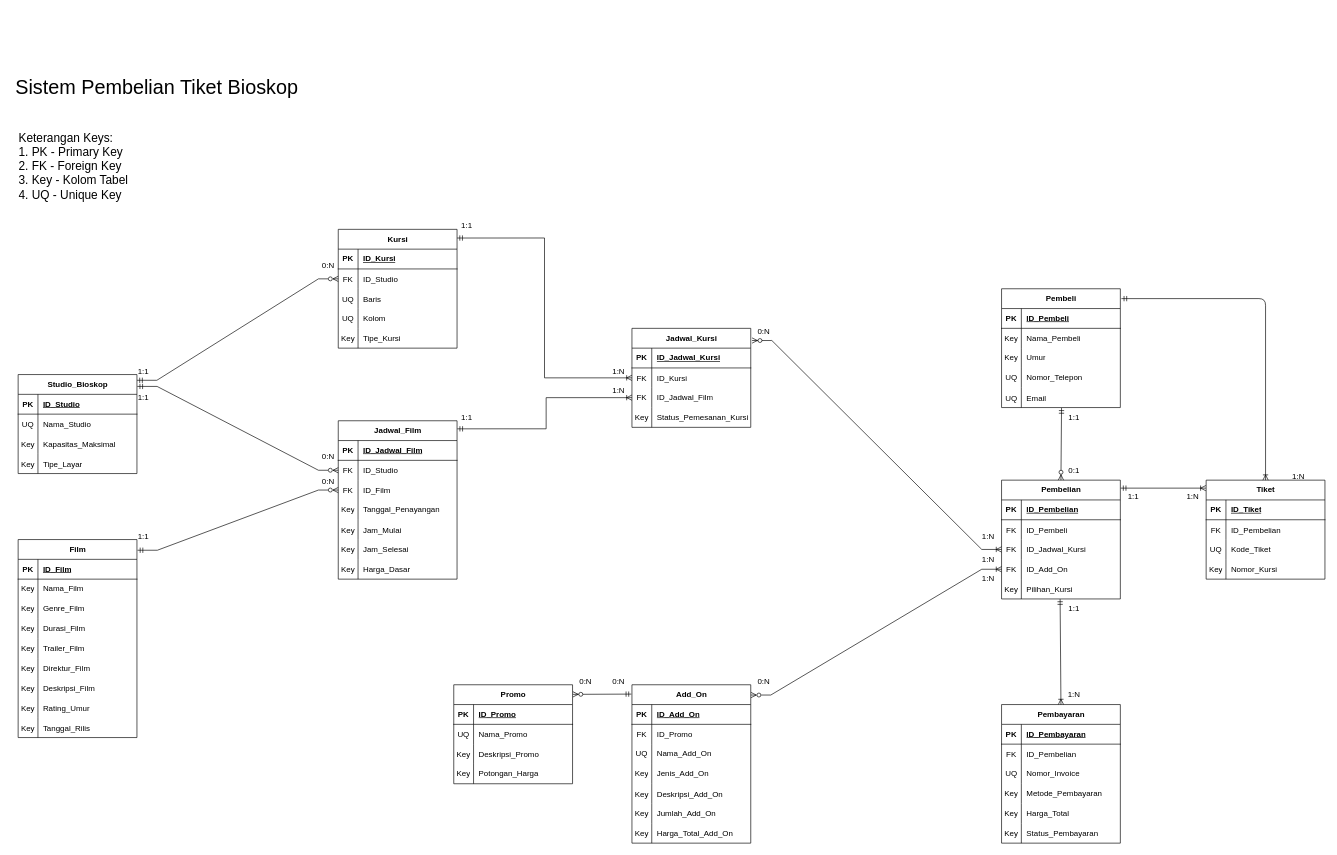
Earlier version of the draw.io diagram page "Diagram-Utama" (1 of 3) of sistem-pembelian-tiket-retake.drawio (King-Ag-Jv/Project-Atrem). Source tidied: cells renumbered, new cells numbered last; positions are measured from the earlier drawing's top-left corner, leaving out a move shared by most shapes. Both pictures are drawn from the tidied source at 66%, with x=0, y=0 at pixel (11, 11).
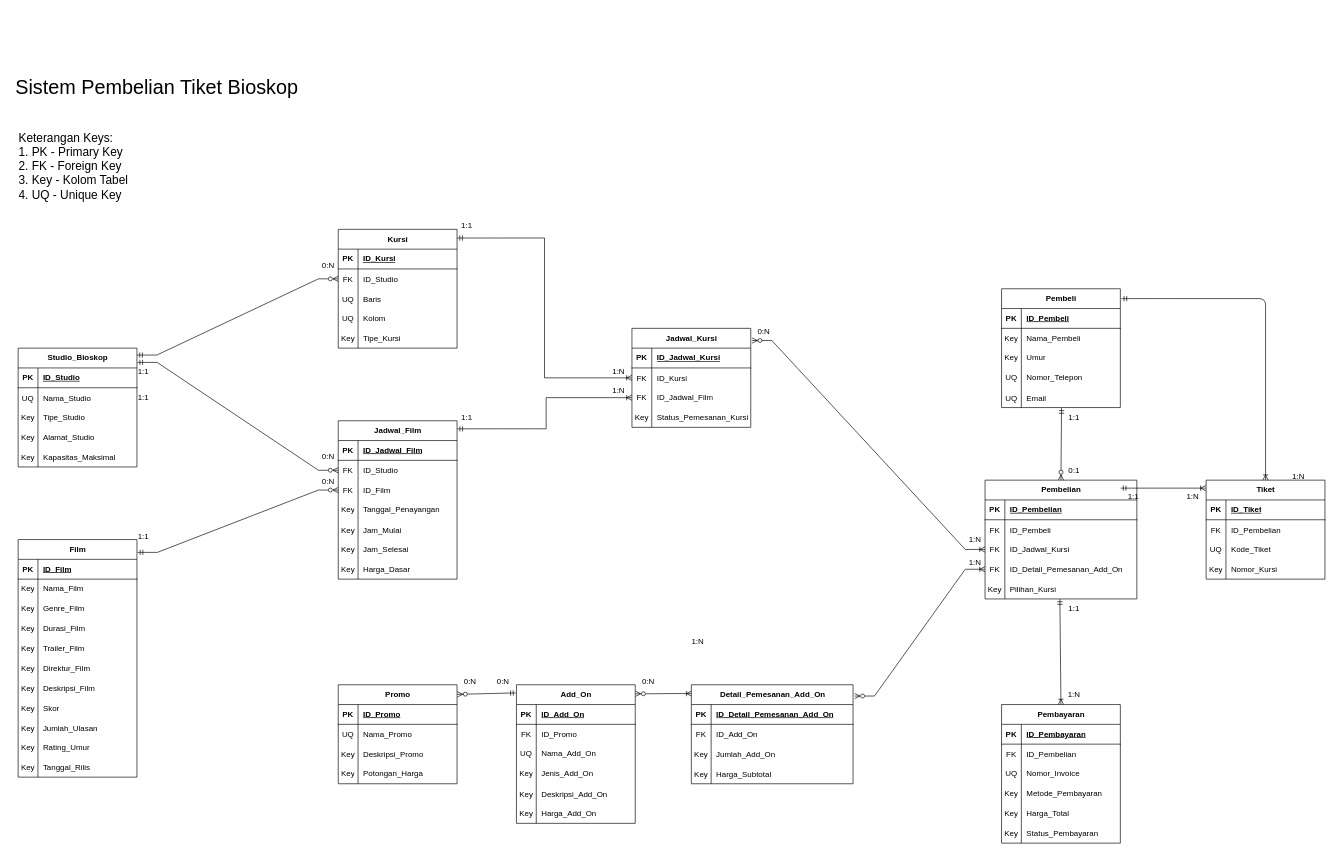
Above is the later version.

The change refers to these unchanged cells:
```xml
<mxCell id="162" value="Jadwal_Kursi" style="shape=table;startSize=30;childLayout=tableLayout;rowLines=0;fontStyle=1;align=center;html=1;" parent="1" vertex="1">
  <mxGeometry x="940" y="480" width="180" height="150" as="geometry" />
</mxCell>
```

The edit, as a diff of the source:
```diff
@@
     <mxCell id="37" value="Pembelian" style="shape=table;startSize=30;childLayout=tableLayout;rowLines=0;fontStyle=1;align=center;html=1;" parent="1" vertex="1">
-      <mxGeometry x="1500" y="710" width="180" height="180" as="geometry" />
+      <mxGeometry x="1475" y="710" width="230" height="180" as="geometry" />
     </mxCell>
     <mxCell id="38" style="shape=tableRow;horizontal=0;startSize=0;swimlaneHead=0;swimlaneBody=0;fillColor=none;top=0;left=0;right=0;bottom=1;" parent="37" vertex="1">
-      <mxGeometry y="30" width="180" height="30" as="geometry" />
+      <mxGeometry y="30" width="230" height="30" as="geometry" />
     </mxCell>
@@
     <mxCell id="40" value="ID_Pembelian" style="shape=partialRectangle;fillColor=none;top=0;left=0;bottom=0;right=0;align=left;spacingLeft=6;fontStyle=5;overflow=hidden;whiteSpace=wrap;html=1;" parent="38" vertex="1">
-      <mxGeometry x="30" width="150" height="30" as="geometry" />
+      <mxGeometry x="30" width="200" height="30" as="geometry" />
     </mxCell>
     <mxCell id="41" style="shape=tableRow;horizontal=0;startSize=0;swimlaneHead=0;swimlaneBody=0;fillColor=none;top=0;left=0;right=0;bottom=0;arcSize=15;" parent="37" vertex="1">
-      <mxGeometry y="60" width="180" height="30" as="geometry" />
+      <mxGeometry y="60" width="230" height="30" as="geometry" />
     </mxCell>
@@
     <mxCell id="43" value="ID_Pembeli" style="shape=partialRectangle;fillColor=none;top=0;left=0;bottom=0;right=0;align=left;spacingLeft=6;overflow=hidden;" parent="41" vertex="1">
-      <mxGeometry x="30" width="150" height="30" as="geometry" />
+      <mxGeometry x="30" width="200" height="30" as="geometry" />
     </mxCell>
     <mxCell id="44" style="shape=tableRow;horizontal=0;startSize=0;swimlaneHead=0;swimlaneBody=0;fillColor=none;points=[[0,0.5],[1,0.5]];portConstraint=eastwest;top=0;left=0;right=0;bottom=0;" parent="37" vertex="1">
-      <mxGeometry y="90" width="180" height="30" as="geometry" />
+      <mxGeometry y="90" width="230" height="30" as="geometry" />
     </mxCell>
@@
     <mxCell id="46" value="ID_Jadwal_Kursi" style="shape=partialRectangle;fillColor=none;top=0;left=0;bottom=0;right=0;align=left;spacingLeft=6;overflow=hidden;" parent="44" vertex="1">
-      <mxGeometry x="30" width="150" height="30" as="geometry" />
+      <mxGeometry x="30" width="200" height="30" as="geometry" />
     </mxCell>
     <mxCell id="47" style="shape=tableRow;horizontal=0;startSize=0;swimlaneHead=0;swimlaneBody=0;fillColor=none;points=[[0,0.5],[1,0.5]];portConstraint=eastwest;top=0;left=0;right=0;bottom=0;" parent="37" vertex="1">
-      <mxGeometry y="120" width="180" height="30" as="geometry" />
+      <mxGeometry y="120" width="230" height="30" as="geometry" />
     </mxCell>
@@
-    <mxCell id="49" value="ID_Add_On" style="shape=partialRectangle;fillColor=none;top=0;left=0;bottom=0;right=0;align=left;spacingLeft=6;overflow=hidden;" parent="47" vertex="1">
-      <mxGeometry x="30" width="150" height="30" as="geometry" />
+    <mxCell id="49" value="ID_Detail_Pemesanan_Add_On" style="shape=partialRectangle;fillColor=none;top=0;left=0;bottom=0;right=0;align=left;spacingLeft=6;overflow=hidden;" parent="47" vertex="1">
+      <mxGeometry x="30" width="200" height="30" as="geometry" />
     </mxCell>
     <mxCell id="50" style="shape=tableRow;horizontal=0;startSize=0;swimlaneHead=0;swimlaneBody=0;fillColor=none;points=[[0,0.5],[1,0.5]];portConstraint=eastwest;top=0;left=0;right=0;bottom=0;" parent="37" vertex="1">
-      <mxGeometry y="150" width="180" height="30" as="geometry" />
+      <mxGeometry y="150" width="230" height="30" as="geometry" />
     </mxCell>
@@
     <mxCell id="52" value="Pilihan_Kursi" style="shape=partialRectangle;fillColor=none;top=0;left=0;bottom=0;right=0;align=left;spacingLeft=6;overflow=hidden;" parent="50" vertex="1">
-      <mxGeometry x="30" width="150" height="30" as="geometry" />
+      <mxGeometry x="30" width="200" height="30" as="geometry" />
     </mxCell>
     <mxCell id="53" value="Film" style="shape=table;startSize=30;childLayout=tableLayout;rowLines=0;fontStyle=1;align=center;html=1;" parent="1" vertex="1">
-      <mxGeometry x="10" y="800" width="180" height="300" as="geometry" />
+      <mxGeometry x="10" y="800" width="180" height="360" as="geometry" />
     </mxCell>
@@
+    <mxCell id="234" style="shape=tableRow;horizontal=0;startSize=0;swimlaneHead=0;swimlaneBody=0;fillColor=none;top=0;left=0;right=0;bottom=0;" parent="53" vertex="1">
+      <mxGeometry y="240" width="180" height="30" as="geometry" />
+    </mxCell>
+    <mxCell id="235" value="Key" style="shape=partialRectangle;fillColor=none;top=0;left=0;bottom=0;right=0;overflow=hidden;" parent="234" vertex="1">
+      <mxGeometry width="30" height="30" as="geometry" />
+    </mxCell>
+    <mxCell id="236" value="Skor" style="shape=partialRectangle;fillColor=none;top=0;left=0;bottom=0;right=0;align=left;spacingLeft=6;overflow=hidden;" parent="234" vertex="1">
+      <mxGeometry x="30" width="150" height="30" as="geometry" />
+    </mxCell>
+    <mxCell id="237" style="shape=tableRow;horizontal=0;startSize=0;swimlaneHead=0;swimlaneBody=0;fillColor=none;top=0;left=0;right=0;bottom=0;" parent="53" vertex="1">
+      <mxGeometry y="270" width="180" height="30" as="geometry" />
+    </mxCell>
+    <mxCell id="238" value="Key" style="shape=partialRectangle;fillColor=none;top=0;left=0;bottom=0;right=0;overflow=hidden;" parent="237" vertex="1">
+      <mxGeometry width="30" height="30" as="geometry" />
+    </mxCell>
+    <mxCell id="239" value="Jumlah_Ulasan" style="shape=partialRectangle;fillColor=none;top=0;left=0;bottom=0;right=0;align=left;spacingLeft=6;overflow=hidden;" parent="237" vertex="1">
+      <mxGeometry x="30" width="150" height="30" as="geometry" />
+    </mxCell>
     <mxCell id="75" style="shape=tableRow;horizontal=0;startSize=0;swimlaneHead=0;swimlaneBody=0;fillColor=none;top=0;left=0;right=0;bottom=0;" parent="53" vertex="1">
-      <mxGeometry y="240" width="180" height="30" as="geometry" />
+      <mxGeometry y="300" width="180" height="30" as="geometry" />
     </mxCell>
@@
     <mxCell id="78" style="shape=tableRow;horizontal=0;startSize=0;swimlaneHead=0;swimlaneBody=0;fillColor=none;top=0;left=0;right=0;bottom=0;" parent="53" vertex="1">
-      <mxGeometry y="270" width="180" height="30" as="geometry" />
+      <mxGeometry y="330" width="180" height="30" as="geometry" />
     </mxCell>
@@
     <mxCell id="94" value="Add_On" style="shape=table;startSize=30;childLayout=tableLayout;rowLines=0;fontStyle=1;align=center;html=1;" parent="1" vertex="1">
-      <mxGeometry x="940" y="1020" width="180" height="240" as="geometry" />
+      <mxGeometry x="765" y="1020" width="180" height="210" as="geometry" />
     </mxCell>
@@
-    <mxCell id="110" style="shape=tableRow;horizontal=0;startSize=0;swimlaneHead=0;swimlaneBody=0;fillColor=none;top=0;left=0;right=0;bottom=0;" parent="94" vertex="1">
-      <mxGeometry y="180" width="180" height="30" as="geometry" />
-    </mxCell>
-    <mxCell id="111" value="Key" style="shape=partialRectangle;fillColor=none;top=0;left=0;bottom=0;right=0;overflow=hidden;" parent="110" vertex="1">
-      <mxGeometry width="30" height="30" as="geometry" />
-    </mxCell>
-    <mxCell id="112" value="Jumlah_Add_On" style="shape=partialRectangle;fillColor=none;top=0;left=0;bottom=0;right=0;align=left;spacingLeft=6;overflow=hidden;" parent="110" vertex="1">
-      <mxGeometry x="30" width="150" height="30" as="geometry" />
-    </mxCell>
     <mxCell id="113" style="shape=tableRow;horizontal=0;startSize=0;swimlaneHead=0;swimlaneBody=0;fillColor=none;top=0;left=0;right=0;bottom=0;" parent="94" vertex="1">
-      <mxGeometry y="210" width="180" height="30" as="geometry" />
+      <mxGeometry y="180" width="180" height="30" as="geometry" />
     </mxCell>
@@
-    <mxCell id="115" value="Harga_Total_Add_On" style="shape=partialRectangle;fillColor=none;top=0;left=0;bottom=0;right=0;align=left;spacingLeft=6;overflow=hidden;" parent="113" vertex="1">
+    <mxCell id="115" value="Harga_Add_On" style="shape=partialRectangle;fillColor=none;top=0;left=0;bottom=0;right=0;align=left;spacingLeft=6;overflow=hidden;" parent="113" vertex="1">
       <mxGeometry x="30" width="150" height="30" as="geometry" />
     </mxCell>
     <mxCell id="116" value="Promo" style="shape=table;startSize=30;childLayout=tableLayout;rowLines=0;fontStyle=1;align=center;html=1;" parent="1" vertex="1">
-      <mxGeometry x="670" y="1020" width="180" height="150" as="geometry" />
+      <mxGeometry x="495" y="1020" width="180" height="150" as="geometry" />
     </mxCell>
@@
-    <mxCell id="130" style="edgeStyle=entityRelationEdgeStyle;fontSize=12;html=1;endArrow=ERoneToMany;startArrow=ERzeroToMany;rounded=0;entryX=0;entryY=0.5;entryDx=0;entryDy=0;exitX=1.011;exitY=0.123;exitDx=0;exitDy=0;exitPerimeter=0;" parent="1" edge="1" source="162">
-      <mxGeometry relative="1" as="geometry">
-        <mxPoint x="1500" y="815" as="targetPoint" />
-      </mxGeometry>
+    <mxCell id="130" style="edgeStyle=entityRelationEdgeStyle;fontSize=12;html=1;endArrow=ERoneToMany;startArrow=ERzeroToMany;rounded=0;entryX=0;entryY=0.5;entryDx=0;entryDy=0;exitX=1.011;exitY=0.123;exitDx=0;exitDy=0;exitPerimeter=0;" parent="1" edge="1" source="162" target="44">
+      <mxGeometry relative="1" as="geometry" />
     </mxCell>
-    <mxCell id="131" style="fontSize=12;html=1;endArrow=ERoneToMany;startArrow=ERzeroToMany;rounded=0;edgeStyle=entityRelationEdgeStyle;startFill=0;exitX=1.002;exitY=0.065;exitDx=0;exitDy=0;exitPerimeter=0;entryX=0;entryY=0.5;entryDx=0;entryDy=0;" parent="1" edge="1" source="94" target="47">
+    <mxCell id="131" style="fontSize=12;html=1;endArrow=ERoneToMany;startArrow=ERzeroToMany;rounded=0;edgeStyle=entityRelationEdgeStyle;startFill=0;exitX=1.002;exitY=0.065;exitDx=0;exitDy=0;exitPerimeter=0;entryX=0.002;entryY=0.089;entryDx=0;entryDy=0;entryPerimeter=0;" parent="1" edge="1" source="94" target="243">
       <mxGeometry relative="1" as="geometry" />
     </mxCell>
@@
-    <mxCell id="136" style="shape=tableRow;horizontal=0;startSize=0;swimlaneHead=0;swimlaneBody=0;fillColor=none;top=0;left=0;right=0;bottom=0;" parent="1" vertex="1">
-      <mxGeometry x="155" y="610" width="180" height="30" as="geometry" />
-    </mxCell>
     <mxCell id="137" value="1:N" style="text;html=1;whiteSpace=wrap;strokeColor=none;fillColor=none;align=center;verticalAlign=middle;rounded=0;" parent="1" vertex="1">
-      <mxGeometry x="1450" y="780" width="60" height="30" as="geometry" />
+      <mxGeometry x="1430" y="785" width="60" height="30" as="geometry" />
     </mxCell>
     <mxCell id="138" value="1:N" style="text;html=1;whiteSpace=wrap;strokeColor=none;fillColor=none;align=center;verticalAlign=middle;rounded=0;" parent="1" vertex="1">
-      <mxGeometry x="1450" y="815" width="60" height="30" as="geometry" />
+      <mxGeometry x="1010" y="940" width="60" height="30" as="geometry" />
     </mxCell>
     <mxCell id="139" value="1:N" style="text;html=1;whiteSpace=wrap;strokeColor=none;fillColor=none;align=center;verticalAlign=middle;rounded=0;" parent="1" vertex="1">
-      <mxGeometry x="1450" y="845" width="60" height="30" as="geometry" />
+      <mxGeometry x="1430" y="820" width="60" height="30" as="geometry" />
     </mxCell>
     <mxCell id="140" value="0:N" style="text;html=1;whiteSpace=wrap;strokeColor=none;fillColor=none;align=center;verticalAlign=middle;rounded=0;" parent="1" vertex="1">
-      <mxGeometry x="840" y="1000" width="60" height="30" as="geometry" />
+      <mxGeometry x="665" y="1000" width="60" height="30" as="geometry" />
     </mxCell>
     <mxCell id="141" value="0:N" style="text;html=1;whiteSpace=wrap;strokeColor=none;fillColor=none;align=center;verticalAlign=middle;rounded=0;" parent="1" vertex="1">
-      <mxGeometry x="890" y="1000" width="60" height="30" as="geometry" />
+      <mxGeometry x="715" y="1000" width="60" height="30" as="geometry" />
     </mxCell>
@@
     <mxCell id="149" value="Studio_Bioskop" style="shape=table;startSize=30;childLayout=tableLayout;rowLines=0;fontStyle=1;align=center;html=1;" parent="1" vertex="1">
-      <mxGeometry x="10" y="550" width="180" height="150" as="geometry" />
+      <mxGeometry x="10" y="510" width="180" height="180" as="geometry" />
     </mxCell>
@@
+    <mxCell id="159" style="shape=tableRow;horizontal=0;startSize=0;swimlaneHead=0;swimlaneBody=0;fillColor=none;top=0;left=0;right=0;bottom=0;" parent="149" vertex="1">
+      <mxGeometry y="90" width="180" height="30" as="geometry" />
+    </mxCell>
+    <mxCell id="160" value="Key" style="shape=partialRectangle;fillColor=none;top=0;left=0;bottom=0;right=0;overflow=hidden;" parent="159" vertex="1">
+      <mxGeometry width="30" height="30" as="geometry" />
+    </mxCell>
+    <mxCell id="161" value="Tipe_Studio" style="shape=partialRectangle;fillColor=none;top=0;left=0;bottom=0;right=0;align=left;spacingLeft=6;overflow=hidden;" parent="159" vertex="1">
+      <mxGeometry x="30" width="150" height="30" as="geometry" />
+    </mxCell>
+    <mxCell id="240" style="shape=tableRow;horizontal=0;startSize=0;swimlaneHead=0;swimlaneBody=0;fillColor=none;top=0;left=0;right=0;bottom=0;" parent="149" vertex="1">
+      <mxGeometry y="120" width="180" height="30" as="geometry" />
+    </mxCell>
+    <mxCell id="241" value="Key" style="shape=partialRectangle;fillColor=none;top=0;left=0;bottom=0;right=0;overflow=hidden;" parent="240" vertex="1">
+      <mxGeometry width="30" height="30" as="geometry" />
+    </mxCell>
+    <mxCell id="242" value="Alamat_Studio" style="shape=partialRectangle;fillColor=none;top=0;left=0;bottom=0;right=0;align=left;spacingLeft=6;overflow=hidden;" parent="240" vertex="1">
+      <mxGeometry x="30" width="150" height="30" as="geometry" />
+    </mxCell>
     <mxCell id="156" style="shape=tableRow;horizontal=0;startSize=0;swimlaneHead=0;swimlaneBody=0;fillColor=none;top=0;left=0;right=0;bottom=0;" parent="149" vertex="1">
-      <mxGeometry y="90" width="180" height="30" as="geometry" />
+      <mxGeometry y="150" width="180" height="30" as="geometry" />
     </mxCell>
@@
-    <mxCell id="159" style="shape=tableRow;horizontal=0;startSize=0;swimlaneHead=0;swimlaneBody=0;fillColor=none;top=0;left=0;right=0;bottom=0;" parent="149" vertex="1">
-      <mxGeometry y="120" width="180" height="30" as="geometry" />
-    </mxCell>
-    <mxCell id="160" value="Key" style="shape=partialRectangle;fillColor=none;top=0;left=0;bottom=0;right=0;overflow=hidden;" parent="159" vertex="1">
-      <mxGeometry width="30" height="30" as="geometry" />
-    </mxCell>
-    <mxCell id="161" value="Tipe_Layar" style="shape=partialRectangle;fillColor=none;top=0;left=0;bottom=0;right=0;align=left;spacingLeft=6;overflow=hidden;" parent="159" vertex="1">
-      <mxGeometry x="30" width="150" height="30" as="geometry" />
-    </mxCell>
@@
     <mxCell id="222" value="0:N" style="text;html=1;whiteSpace=wrap;strokeColor=none;fillColor=none;align=center;verticalAlign=middle;rounded=0;" parent="1" vertex="1">
-      <mxGeometry x="1110" y="1000" width="60" height="30" as="geometry" />
+      <mxGeometry x="935" y="1000" width="60" height="30" as="geometry" />
     </mxCell>
@@
+    <mxCell id="243" value="Detail_Pemesanan_Add_On" style="shape=table;startSize=30;childLayout=tableLayout;rowLines=0;fontStyle=1;align=center;html=1;" parent="1" vertex="1">
+      <mxGeometry x="1030" y="1020" width="245" height="150" as="geometry" />
+    </mxCell>
+    <mxCell id="244" style="shape=tableRow;horizontal=0;startSize=0;swimlaneHead=0;swimlaneBody=0;fillColor=none;top=0;left=0;right=0;bottom=1;strokeWidth=1;" parent="243" vertex="1">
+      <mxGeometry y="30" width="245" height="30" as="geometry" />
+    </mxCell>
+    <mxCell id="245" value="PK" style="shape=partialRectangle;fillColor=none;top=0;left=0;bottom=0;right=0;fontStyle=1;overflow=hidden;whiteSpace=wrap;html=1;" parent="244" vertex="1">
+      <mxGeometry width="30" height="30" as="geometry" />
+    </mxCell>
+    <mxCell id="246" value="ID_Detail_Pemesanan_Add_On" style="shape=partialRectangle;fillColor=none;top=0;left=0;bottom=0;right=0;align=left;spacingLeft=6;fontStyle=5;overflow=hidden;whiteSpace=wrap;html=1;" parent="244" vertex="1">
+      <mxGeometry x="30" width="215" height="30" as="geometry" />
+    </mxCell>
+    <mxCell id="247" style="shape=tableRow;horizontal=0;startSize=0;swimlaneHead=0;swimlaneBody=0;fillColor=none;top=0;left=0;right=0;bottom=0;" parent="243" vertex="1">
+      <mxGeometry y="60" width="245" height="30" as="geometry" />
+    </mxCell>
+    <mxCell id="248" value="FK" style="shape=partialRectangle;fillColor=none;top=0;left=0;bottom=0;right=0;overflow=hidden;whiteSpace=wrap;html=1;" parent="247" vertex="1">
+      <mxGeometry width="30" height="30" as="geometry" />
+    </mxCell>
+    <mxCell id="249" value="ID_Add_On" style="shape=partialRectangle;fillColor=none;top=0;left=0;bottom=0;right=0;align=left;spacingLeft=6;overflow=hidden;whiteSpace=wrap;html=1;" parent="247" vertex="1">
+      <mxGeometry x="30" width="215" height="30" as="geometry" />
+    </mxCell>
+    <mxCell id="250" style="shape=tableRow;horizontal=0;startSize=0;swimlaneHead=0;swimlaneBody=0;fillColor=none;top=0;left=0;right=0;bottom=0;" parent="243" vertex="1">
+      <mxGeometry y="90" width="245" height="30" as="geometry" />
+    </mxCell>
+    <mxCell id="251" value="Key" style="shape=partialRectangle;fillColor=none;top=0;left=0;bottom=0;right=0;overflow=hidden;" parent="250" vertex="1">
+      <mxGeometry width="30" height="30" as="geometry" />
+    </mxCell>
+    <mxCell id="112" value="Jumlah_Add_On" style="shape=partialRectangle;fillColor=none;top=0;left=0;bottom=0;right=0;align=left;spacingLeft=6;overflow=hidden;" parent="250" vertex="1">
+      <mxGeometry x="30" width="215" height="30" as="geometry" />
+    </mxCell>
+    <mxCell id="252" style="shape=tableRow;horizontal=0;startSize=0;swimlaneHead=0;swimlaneBody=0;fillColor=none;top=0;left=0;right=0;bottom=0;" parent="243" vertex="1">
+      <mxGeometry y="120" width="245" height="30" as="geometry" />
+    </mxCell>
+    <mxCell id="253" value="Key" style="shape=partialRectangle;fillColor=none;top=0;left=0;bottom=0;right=0;overflow=hidden;" parent="252" vertex="1">
+      <mxGeometry width="30" height="30" as="geometry" />
+    </mxCell>
+    <mxCell id="254" value="Harga_Subtotal" style="shape=partialRectangle;fillColor=none;top=0;left=0;bottom=0;right=0;align=left;spacingLeft=6;overflow=hidden;" parent="252" vertex="1">
+      <mxGeometry x="30" width="215" height="30" as="geometry" />
+    </mxCell>
+    <mxCell id="255" style="fontSize=12;html=1;endArrow=ERoneToMany;startArrow=ERzeroToMany;rounded=0;edgeStyle=entityRelationEdgeStyle;startFill=0;exitX=1.01;exitY=0.114;exitDx=0;exitDy=0;exitPerimeter=0;entryX=0;entryY=0.5;entryDx=0;entryDy=0;" parent="1" edge="1" source="243" target="47">
+      <mxGeometry relative="1" as="geometry" />
+    </mxCell>
```
